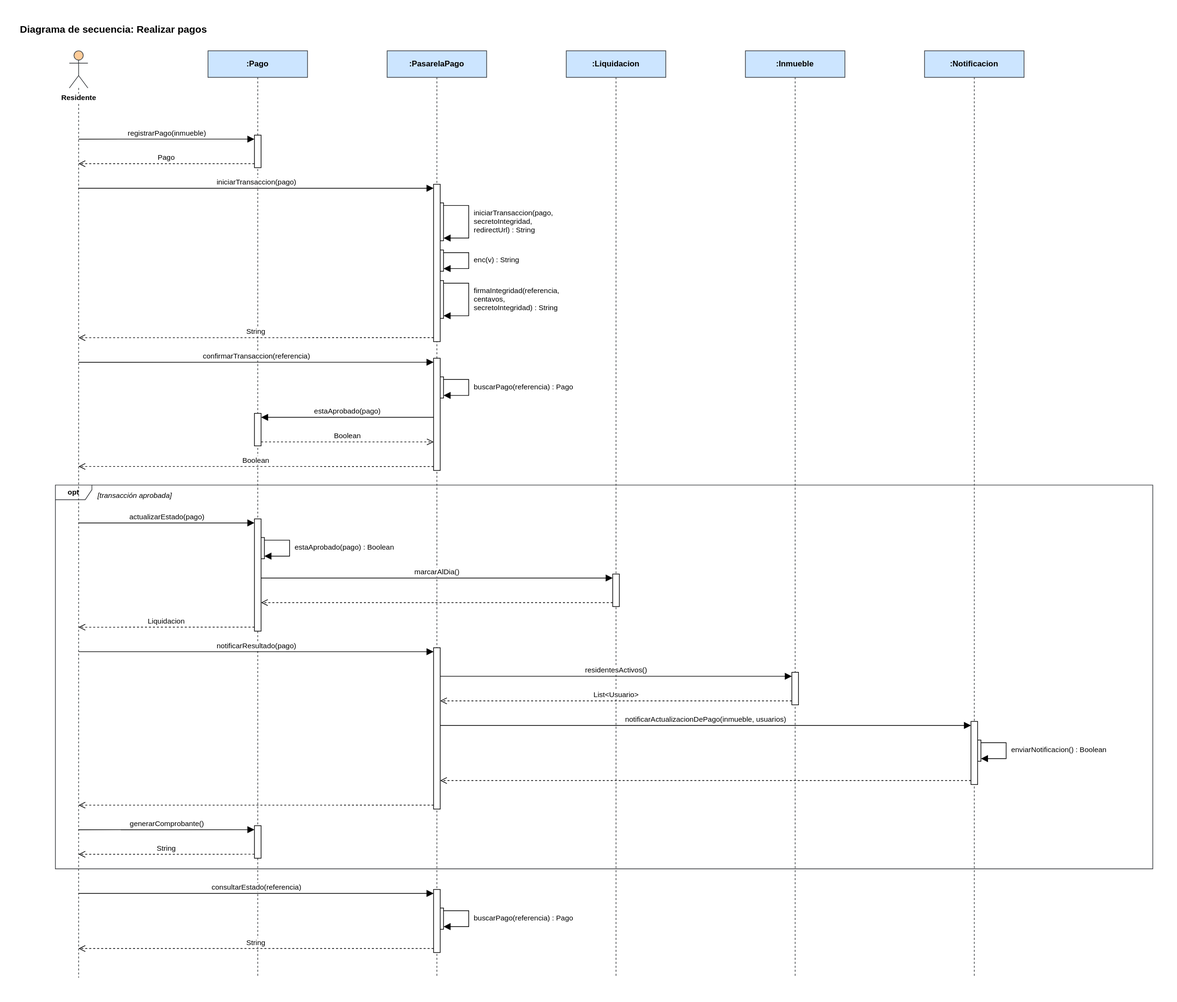
manuel20051208/HorizontalSoftware-Back-End keeps this draw.io diagram as Diagramas/Secuencia/realizar-pagos.svg. Above is the earlier version. Source tidied: cells renumbered, new cells last; positions are measured from the earlier drawing's top-left corner, leaving out a move shared by most shapes.
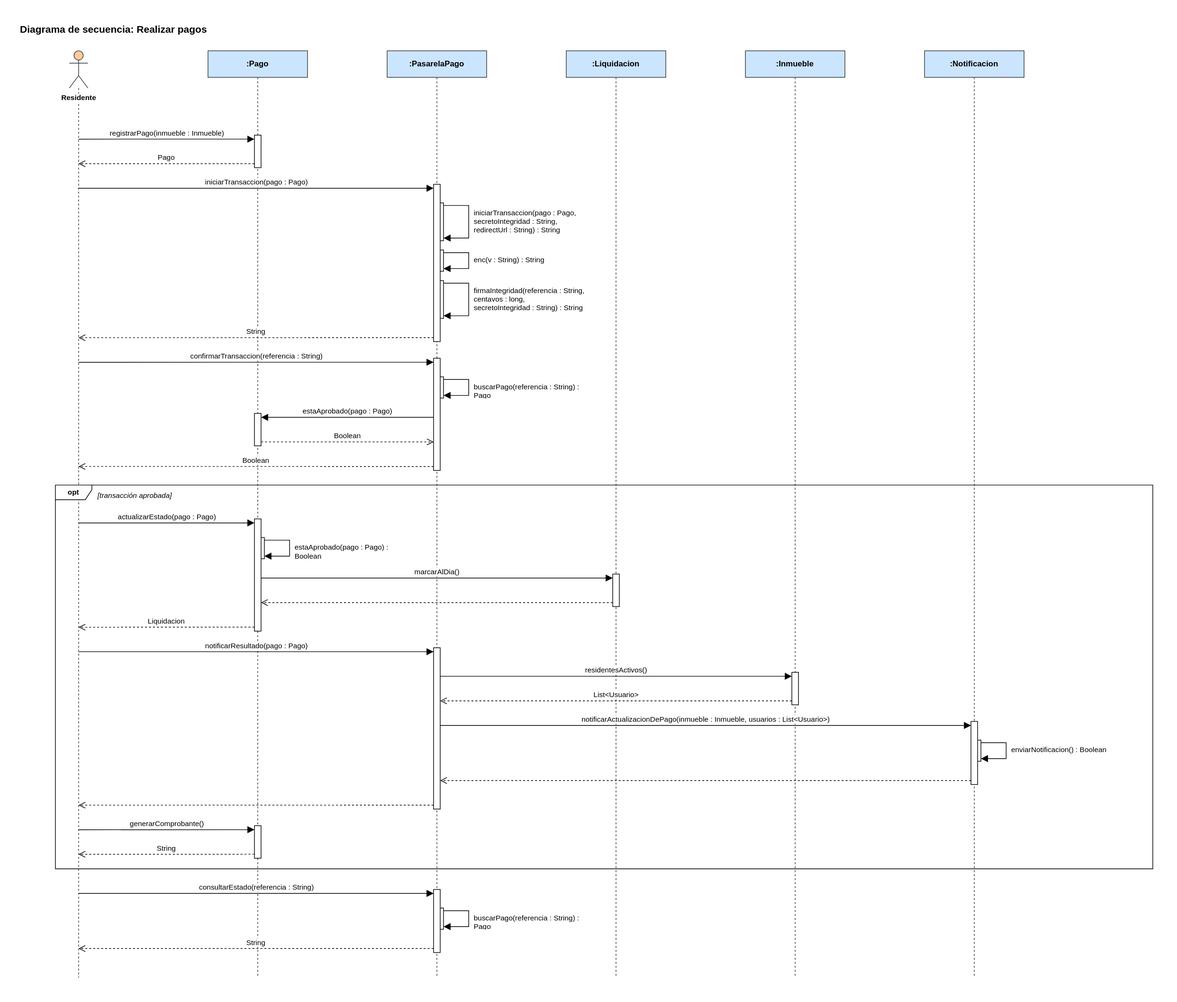
Above is the later version.

Change to the diagram source:
```diff
@@ -77,13 +77,13 @@
     <mxCell id="26" style="html=1;points=[];perimeter=orthogonalPerimeter;fillColor=#ffffff;strokeColor=#000000;" parent="1" vertex="1">
       <mxGeometry x="625" y="1311" width="10" height="95" as="geometry" />
     </mxCell>
-    <mxCell id="27" value="registrarPago(inmueble)" style="html=1;verticalAlign=bottom;rounded=0;fontSize=11;strokeColor=#000000;endArrow=block;endFill=1;endSize=8;exitX=0.5000;exitY=0.0953;exitDx=0;exitDy=0;exitPerimeter=0;entryX=0.0000;entryY=0.1224;entryDx=0;entryDy=0;entryPerimeter=0;" parent="1" edge="1" source="3" target="9">
+    <mxCell id="27" value="registrarPago(inmueble : Inmueble)" style="html=1;verticalAlign=bottom;rounded=0;fontSize=11;strokeColor=#000000;endArrow=block;endFill=1;endSize=8;exitX=0.5000;exitY=0.0953;exitDx=0;exitDy=0;exitPerimeter=0;entryX=0.0000;entryY=0.1224;entryDx=0;entryDy=0;entryPerimeter=0;" parent="1" edge="1" source="3" target="9">
       <mxGeometry relative="1" as="geometry" />
     </mxCell>
     <mxCell id="28" value="Pago" style="html=1;verticalAlign=bottom;rounded=0;fontSize=11;strokeColor=#000000;dashed=1;endArrow=open;endFill=0;endSize=8;exitX=0.0000;exitY=0.8776;exitDx=0;exitDy=0;exitPerimeter=0;entryX=0.5000;entryY=0.1218;entryDx=0;entryDy=0;entryPerimeter=0;" parent="1" edge="1" source="9" target="3">
       <mxGeometry relative="1" as="geometry" />
     </mxCell>
-    <mxCell id="29" value="iniciarTransaccion(pago)" style="html=1;verticalAlign=bottom;rounded=0;fontSize=11;strokeColor=#000000;endArrow=block;endFill=1;endSize=8;exitX=0.5000;exitY=0.1483;exitDx=0;exitDy=0;exitPerimeter=0;entryX=0.0000;entryY=0.0253;entryDx=0;entryDy=0;entryPerimeter=0;" parent="1" edge="1" source="3" target="13">
+    <mxCell id="29" value="iniciarTransaccion(pago : Pago)" style="html=1;verticalAlign=bottom;rounded=0;fontSize=11;strokeColor=#000000;endArrow=block;endFill=1;endSize=8;exitX=0.5000;exitY=0.1483;exitDx=0;exitDy=0;exitPerimeter=0;entryX=0.0000;entryY=0.0253;entryDx=0;entryDy=0;entryPerimeter=0;" parent="1" edge="1" source="3" target="13">
       <mxGeometry relative="1" as="geometry" />
     </mxCell>
     <mxCell id="30" style="html=1;rounded=0;endArrow=block;endFill=1;endSize=8;strokeColor=#000000;exitX=1.0000;exitY=0.0702;exitDx=0;exitDy=0;exitPerimeter=0;entryX=1.0000;entryY=0.9298;entryDx=0;entryDy=0;entryPerimeter=0;" parent="1" edge="1" source="10" target="10">
@@ -113,7 +113,7 @@
     <mxCell id="33" value="String" style="html=1;verticalAlign=bottom;rounded=0;fontSize=11;strokeColor=#000000;dashed=1;endArrow=open;endFill=0;endSize=8;exitX=0.0000;exitY=0.9747;exitDx=0;exitDy=0;exitPerimeter=0;entryX=0.5000;entryY=0.3095;entryDx=0;entryDy=0;entryPerimeter=0;" parent="1" edge="1" source="13" target="3">
       <mxGeometry relative="1" as="geometry" />
     </mxCell>
-    <mxCell id="34" value="confirmarTransaccion(referencia)" style="html=1;verticalAlign=bottom;rounded=0;fontSize=11;strokeColor=#000000;endArrow=block;endFill=1;endSize=8;exitX=0.5000;exitY=0.3360;exitDx=0;exitDy=0;exitPerimeter=0;entryX=0.0000;entryY=0.0355;entryDx=0;entryDy=0;entryPerimeter=0;" parent="1" edge="1" source="3" target="16">
+    <mxCell id="34" value="confirmarTransaccion(referencia : String)" style="html=1;verticalAlign=bottom;rounded=0;fontSize=11;strokeColor=#000000;endArrow=block;endFill=1;endSize=8;exitX=0.5000;exitY=0.3360;exitDx=0;exitDy=0;exitPerimeter=0;entryX=0.0000;entryY=0.0355;entryDx=0;entryDy=0;entryPerimeter=0;" parent="1" edge="1" source="3" target="16">
       <mxGeometry relative="1" as="geometry" />
     </mxCell>
     <mxCell id="35" style="html=1;rounded=0;endArrow=block;endFill=1;endSize=8;strokeColor=#000000;exitX=1.0000;exitY=0.1250;exitDx=0;exitDy=0;exitPerimeter=0;entryX=1.0000;entryY=0.8750;entryDx=0;entryDy=0;entryPerimeter=0;" parent="1" edge="1" source="14" target="14">
@@ -124,7 +124,7 @@
         </Array>
       </mxGeometry>
     </mxCell>
-    <mxCell id="36" value="estaAprobado(pago)" style="html=1;verticalAlign=bottom;rounded=0;fontSize=11;strokeColor=#000000;endArrow=block;endFill=1;endSize=8;exitX=0.0000;exitY=0.5266;exitDx=0;exitDy=0;exitPerimeter=0;entryX=1.0000;entryY=0.1224;entryDx=0;entryDy=0;entryPerimeter=0;" parent="1" edge="1" source="16" target="15">
+    <mxCell id="36" value="estaAprobado(pago : Pago)" style="html=1;verticalAlign=bottom;rounded=0;fontSize=11;strokeColor=#000000;endArrow=block;endFill=1;endSize=8;exitX=0.0000;exitY=0.5266;exitDx=0;exitDy=0;exitPerimeter=0;entryX=1.0000;entryY=0.1224;entryDx=0;entryDy=0;entryPerimeter=0;" parent="1" edge="1" source="16" target="15">
       <mxGeometry relative="1" as="geometry" />
     </mxCell>
     <mxCell id="37" value="Boolean" style="html=1;verticalAlign=bottom;rounded=0;fontSize=11;strokeColor=#000000;dashed=1;endArrow=open;endFill=0;endSize=8;exitX=1.0000;exitY=0.8776;exitDx=0;exitDy=0;exitPerimeter=0;entryX=0.0000;entryY=0.7456;entryDx=0;entryDy=0;entryPerimeter=0;" parent="1" edge="1" source="15" target="16">
@@ -133,7 +133,7 @@
     <mxCell id="38" value="Boolean" style="html=1;verticalAlign=bottom;rounded=0;fontSize=11;strokeColor=#000000;dashed=1;endArrow=open;endFill=0;endSize=8;exitX=0.0000;exitY=0.9645;exitDx=0;exitDy=0;exitPerimeter=0;entryX=0.5000;entryY=0.4484;entryDx=0;entryDy=0;entryPerimeter=0;" parent="1" edge="1" source="16" target="3">
       <mxGeometry relative="1" as="geometry" />
     </mxCell>
-    <mxCell id="39" value="actualizarEstado(pago)" style="html=1;verticalAlign=bottom;rounded=0;fontSize=11;strokeColor=#000000;endArrow=block;endFill=1;endSize=8;exitX=0.5000;exitY=0.5093;exitDx=0;exitDy=0;exitPerimeter=0;entryX=0.0000;entryY=0.0355;entryDx=0;entryDy=0;entryPerimeter=0;" parent="1" edge="1" source="3" target="19">
+    <mxCell id="39" value="actualizarEstado(pago : Pago)" style="html=1;verticalAlign=bottom;rounded=0;fontSize=11;strokeColor=#000000;endArrow=block;endFill=1;endSize=8;exitX=0.5000;exitY=0.5093;exitDx=0;exitDy=0;exitPerimeter=0;entryX=0.0000;entryY=0.0355;entryDx=0;entryDy=0;entryPerimeter=0;" parent="1" edge="1" source="3" target="19">
       <mxGeometry relative="1" as="geometry" />
     </mxCell>
     <mxCell id="40" style="html=1;rounded=0;endArrow=block;endFill=1;endSize=8;strokeColor=#000000;exitX=1.0000;exitY=0.1250;exitDx=0;exitDy=0;exitPerimeter=0;entryX=1.0000;entryY=0.8750;entryDx=0;entryDy=0;entryPerimeter=0;" parent="1" edge="1" source="17" target="17">
@@ -153,7 +153,7 @@
     <mxCell id="43" value="Liquidacion" style="html=1;verticalAlign=bottom;rounded=0;fontSize=11;strokeColor=#000000;dashed=1;endArrow=open;endFill=0;endSize=8;exitX=0.0000;exitY=0.9645;exitDx=0;exitDy=0;exitPerimeter=0;entryX=0.5000;entryY=0.6218;entryDx=0;entryDy=0;entryPerimeter=0;" parent="1" edge="1" source="19" target="3">
       <mxGeometry relative="1" as="geometry" />
     </mxCell>
-    <mxCell id="44" value="notificarResultado(pago)" style="html=1;verticalAlign=bottom;rounded=0;fontSize=11;strokeColor=#000000;endArrow=block;endFill=1;endSize=8;exitX=0.5000;exitY=0.6483;exitDx=0;exitDy=0;exitPerimeter=0;entryX=0.0000;entryY=0.0247;entryDx=0;entryDy=0;entryPerimeter=0;" parent="1" edge="1" source="3" target="23">
+    <mxCell id="44" value="notificarResultado(pago : Pago)" style="html=1;verticalAlign=bottom;rounded=0;fontSize=11;strokeColor=#000000;endArrow=block;endFill=1;endSize=8;exitX=0.5000;exitY=0.6483;exitDx=0;exitDy=0;exitPerimeter=0;entryX=0.0000;entryY=0.0247;entryDx=0;entryDy=0;entryPerimeter=0;" parent="1" edge="1" source="3" target="23">
       <mxGeometry relative="1" as="geometry" />
     </mxCell>
     <mxCell id="45" value="residentesActivos()" style="html=1;verticalAlign=bottom;rounded=0;fontSize=11;strokeColor=#000000;endArrow=block;endFill=1;endSize=8;exitX=1.0000;exitY=0.1770;exitDx=0;exitDy=0;exitPerimeter=0;entryX=0.0000;entryY=0.1224;entryDx=0;entryDy=0;entryPerimeter=0;" parent="1" edge="1" source="23" target="20">
@@ -162,7 +162,7 @@
     <mxCell id="46" value="List&amp;lt;Usuario&amp;gt;" style="html=1;verticalAlign=bottom;rounded=0;fontSize=11;strokeColor=#000000;dashed=1;endArrow=open;endFill=0;endSize=8;exitX=0.0000;exitY=0.8776;exitDx=0;exitDy=0;exitPerimeter=0;entryX=1.0000;entryY=0.3292;entryDx=0;entryDy=0;entryPerimeter=0;" parent="1" edge="1" source="20" target="23">
       <mxGeometry relative="1" as="geometry" />
     </mxCell>
-    <mxCell id="47" value="notificarActualizacionDePago(inmueble, usuarios)" style="html=1;verticalAlign=bottom;rounded=0;fontSize=11;strokeColor=#000000;endArrow=block;endFill=1;endSize=8;exitX=1.0000;exitY=0.4815;exitDx=0;exitDy=0;exitPerimeter=0;entryX=0.0000;entryY=0.0632;entryDx=0;entryDy=0;entryPerimeter=0;" parent="1" edge="1" source="23" target="22">
+    <mxCell id="47" value="notificarActualizacionDePago(inmueble : Inmueble, usuarios : List&amp;lt;Usuario&amp;gt;)" style="html=1;verticalAlign=bottom;rounded=0;fontSize=11;strokeColor=#000000;endArrow=block;endFill=1;endSize=8;exitX=1.0000;exitY=0.4815;exitDx=0;exitDy=0;exitPerimeter=0;entryX=0.0000;entryY=0.0632;entryDx=0;entryDy=0;entryPerimeter=0;" parent="1" edge="1" source="23" target="22">
       <mxGeometry relative="1" as="geometry" />
     </mxCell>
     <mxCell id="48" style="html=1;rounded=0;endArrow=block;endFill=1;endSize=8;strokeColor=#000000;exitX=1.0000;exitY=0.1250;exitDx=0;exitDy=0;exitPerimeter=0;entryX=1.0000;entryY=0.8750;entryDx=0;entryDy=0;entryPerimeter=0;" parent="1" edge="1" source="21" target="21">
@@ -185,7 +185,7 @@
     <mxCell id="52" value="String" style="html=1;verticalAlign=bottom;rounded=0;fontSize=11;strokeColor=#000000;dashed=1;endArrow=open;endFill=0;endSize=8;exitX=0.0000;exitY=0.8776;exitDx=0;exitDy=0;exitPerimeter=0;entryX=0.5000;entryY=0.8668;entryDx=0;entryDy=0;entryPerimeter=0;" parent="1" edge="1" source="24" target="3">
       <mxGeometry relative="1" as="geometry" />
     </mxCell>
-    <mxCell id="53" value="consultarEstado(referencia)" style="html=1;verticalAlign=bottom;rounded=0;fontSize=11;strokeColor=#000000;endArrow=block;endFill=1;endSize=8;exitX=0.5000;exitY=0.9090;exitDx=0;exitDy=0;exitPerimeter=0;entryX=0.0000;entryY=0.0632;entryDx=0;entryDy=0;entryPerimeter=0;" parent="1" edge="1" source="3" target="26">
+    <mxCell id="53" value="consultarEstado(referencia : String)" style="html=1;verticalAlign=bottom;rounded=0;fontSize=11;strokeColor=#000000;endArrow=block;endFill=1;endSize=8;exitX=0.5000;exitY=0.9090;exitDx=0;exitDy=0;exitPerimeter=0;entryX=0.0000;entryY=0.0632;entryDx=0;entryDy=0;entryPerimeter=0;" parent="1" edge="1" source="3" target="26">
       <mxGeometry relative="1" as="geometry" />
     </mxCell>
     <mxCell id="54" style="html=1;rounded=0;endArrow=block;endFill=1;endSize=8;strokeColor=#000000;exitX=1.0000;exitY=0.1250;exitDx=0;exitDy=0;exitPerimeter=0;entryX=1.0000;entryY=0.8750;entryDx=0;entryDy=0;entryPerimeter=0;" parent="1" edge="1" source="25" target="25">
@@ -199,28 +199,28 @@
     <mxCell id="55" value="String" style="html=1;verticalAlign=bottom;rounded=0;fontSize=11;strokeColor=#000000;dashed=1;endArrow=open;endFill=0;endSize=8;exitX=0.0000;exitY=0.9368;exitDx=0;exitDy=0;exitPerimeter=0;entryX=0.5000;entryY=0.9685;entryDx=0;entryDy=0;entryPerimeter=0;" parent="1" edge="1" source="26" target="3">
       <mxGeometry relative="1" as="geometry" />
     </mxCell>
-    <mxCell id="56" value="iniciarTransaccion(pago,&lt;br&gt;secretoIntegridad,&lt;br&gt;redirectUrl) : String" style="text;html=1;align=left;verticalAlign=top;whiteSpace=wrap;overflow=hidden;fontSize=11;" parent="1" vertex="1">
+    <mxCell id="56" value="iniciarTransaccion(pago : Pago,&lt;br&gt;secretoIntegridad : String,&lt;br&gt;redirectUrl : String) : String" style="text;html=1;align=left;verticalAlign=top;whiteSpace=wrap;overflow=hidden;fontSize=11;" parent="1" vertex="1">
       <mxGeometry x="684" y="279" width="185" height="53" as="geometry" />
     </mxCell>
-    <mxCell id="57" value="enc(v) : String" style="text;html=1;align=left;verticalAlign=top;whiteSpace=wrap;overflow=hidden;fontSize=11;" parent="1" vertex="1">
+    <mxCell id="57" value="enc(v : String) : String" style="text;html=1;align=left;verticalAlign=top;whiteSpace=wrap;overflow=hidden;fontSize=11;" parent="1" vertex="1">
       <mxGeometry x="684" y="350" width="185" height="28" as="geometry" />
     </mxCell>
-    <mxCell id="58" value="firmaIntegridad(referencia,&lt;br&gt;centavos,&lt;br&gt;secretoIntegridad) : String" style="text;html=1;align=left;verticalAlign=top;whiteSpace=wrap;overflow=hidden;fontSize=11;" parent="1" vertex="1">
+    <mxCell id="58" value="firmaIntegridad(referencia : String,&lt;br&gt;centavos : long,&lt;br&gt;secretoIntegridad : String) : String" style="text;html=1;align=left;verticalAlign=top;whiteSpace=wrap;overflow=hidden;fontSize=11;" parent="1" vertex="1">
       <mxGeometry x="684" y="396" width="185" height="53" as="geometry" />
     </mxCell>
-    <mxCell id="59" value="buscarPago(referencia) : Pago" style="text;html=1;align=left;verticalAlign=top;whiteSpace=wrap;overflow=hidden;fontSize=11;" parent="1" vertex="1">
+    <mxCell id="59" value="buscarPago(referencia : String) : Pago" style="text;html=1;align=left;verticalAlign=top;whiteSpace=wrap;overflow=hidden;fontSize=11;" parent="1" vertex="1">
       <mxGeometry x="684" y="541" width="185" height="28" as="geometry" />
     </mxCell>
-    <mxCell id="60" value="estaAprobado(pago) : Boolean" style="text;html=1;align=left;verticalAlign=top;whiteSpace=wrap;overflow=hidden;fontSize=11;" parent="1" vertex="1">
+    <mxCell id="60" value="estaAprobado(pago : Pago) : Boolean" style="text;html=1;align=left;verticalAlign=top;whiteSpace=wrap;overflow=hidden;fontSize=11;" parent="1" vertex="1">
       <mxGeometry x="414" y="783" width="185" height="28" as="geometry" />
     </mxCell>
     <mxCell id="61" value="enviarNotificacion() : Boolean" style="text;html=1;align=left;verticalAlign=top;whiteSpace=wrap;overflow=hidden;fontSize=11;" parent="1" vertex="1">
       <mxGeometry x="1494" y="1088" width="185" height="28" as="geometry" />
     </mxCell>
-    <mxCell id="62" value="buscarPago(referencia) : Pago" style="text;html=1;align=left;verticalAlign=top;whiteSpace=wrap;overflow=hidden;fontSize=11;" parent="1" vertex="1">
+    <mxCell id="62" value="buscarPago(referencia : String) : Pago" style="text;html=1;align=left;verticalAlign=top;whiteSpace=wrap;overflow=hidden;fontSize=11;" parent="1" vertex="1">
       <mxGeometry x="684" y="1341" width="185" height="28" as="geometry" />
     </mxCell>
-    <mxCell id="63" value="opt" style="shape=umlFrame;whiteSpace=wrap;html=1;fillColor=none;strokeColor=#36393d;fontStyle=1;fontSize=11;width=55;height=22;" parent="1" vertex="1">
+    <mxCell id="63" value="opt" style="shape=umlFrame;whiteSpace=wrap;html=1;fontStyle=1;fontSize=11;width=55;height=22;" parent="1" vertex="1">
       <mxGeometry x="55" y="702" width="1654" height="578" as="geometry" />
     </mxCell>
     <mxCell id="64" value="[transacción aprobada]" style="text;html=1;align=left;verticalAlign=top;whiteSpace=wrap;fontSize=11;fontStyle=2;" parent="1" vertex="1">
```
